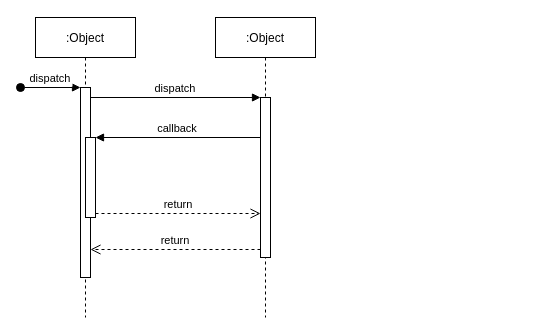
Above: recommend.drawio in DongYanqi1029/learngit (draw.io), before the change. Source tidied: cells renumbered, new cells numbered last; positions are measured from the earlier drawing's top-left corner, leaving out a move shared by most shapes. Both pictures are drawn from the tidied source at 100%, with x=0, y=0 at pixel (20, 17).
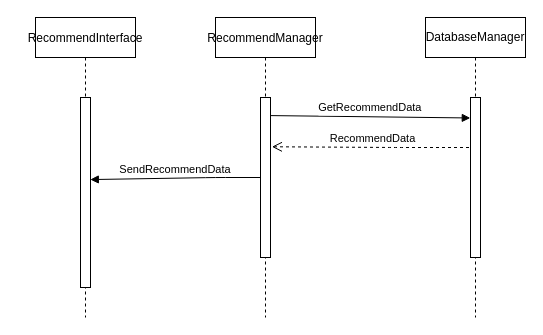
After the change.

What changed in the source:
```diff
@@
 <mxGraphModel>
   <root>
     <mxCell id="0" />
     <mxCell id="1" parent="0" />
-    <mxCell id="2" value=":Object" style="shape=umlLifeline;perimeter=lifelinePerimeter;rounded=0;shadow=0;strokeWidth=1;" parent="1" vertex="1">
+    <mxCell id="2" value="RecommendInterface" style="shape=umlLifeline;perimeter=lifelinePerimeter;rounded=0;shadow=0;strokeWidth=1;" parent="1" vertex="1">
       <mxGeometry x="15" width="100" height="300" as="geometry" />
     </mxCell>
     <mxCell id="3" style="points=[];perimeter=orthogonalPerimeter;rounded=0;shadow=0;strokeWidth=1;" parent="2" vertex="1">
-      <mxGeometry x="45" y="70" width="10" height="190" as="geometry" />
+      <mxGeometry x="45" y="80" width="10" height="190" as="geometry" />
     </mxCell>
-    <mxCell id="4" value="dispatch" style="verticalAlign=bottom;startArrow=oval;endArrow=block;startSize=8;shadow=0;strokeWidth=1;" parent="2" edge="1" target="3">
-      <mxGeometry relative="1" as="geometry">
-        <mxPoint x="-15" y="70" as="sourcePoint" />
-      </mxGeometry>
-    </mxCell>
-    <mxCell id="5" style="points=[];perimeter=orthogonalPerimeter;rounded=0;shadow=0;strokeWidth=1;" parent="2" vertex="1">
-      <mxGeometry x="50" y="120" width="10" height="80" as="geometry" />
-    </mxCell>
-    <mxCell id="6" value=":Object" style="shape=umlLifeline;perimeter=lifelinePerimeter;rounded=0;shadow=0;strokeWidth=1;" parent="1" vertex="1">
+    <mxCell id="6" value="RecommendManager" style="shape=umlLifeline;perimeter=lifelinePerimeter;rounded=0;shadow=0;strokeWidth=1;" parent="1" vertex="1">
       <mxGeometry x="195" width="100" height="300" as="geometry" />
     </mxCell>
     <mxCell id="7" style="points=[];perimeter=orthogonalPerimeter;rounded=0;shadow=0;strokeWidth=1;" parent="6" vertex="1">
       <mxGeometry x="45" y="80" width="10" height="160" as="geometry" />
     </mxCell>
-    <mxCell id="8" value="return" style="verticalAlign=bottom;endArrow=open;dashed=1;endSize=8;exitX=0;exitY=0.95;shadow=0;strokeWidth=1;" parent="1" edge="1" source="7" target="3">
-      <mxGeometry relative="1" as="geometry" />
+    <mxCell id="8" value="RecommendData" style="verticalAlign=bottom;endArrow=open;dashed=1;endSize=8;shadow=0;strokeWidth=1;entryX=1.14;entryY=0.308;entryDx=0;entryDy=0;entryPerimeter=0;" parent="1" edge="1" source="12" target="7">
+      <mxGeometry relative="1" as="geometry">
+        <Array as="points">
+          <mxPoint x="375" y="130" />
+        </Array>
+      </mxGeometry>
     </mxCell>
-    <mxCell id="9" value="dispatch" style="verticalAlign=bottom;endArrow=block;entryX=0;entryY=0;shadow=0;strokeWidth=1;" parent="1" edge="1" source="3" target="7">
+    <mxCell id="9" value="GetRecommendData" style="verticalAlign=bottom;endArrow=block;shadow=0;strokeWidth=1;exitX=0.98;exitY=0.113;exitDx=0;exitDy=0;exitPerimeter=0;entryX=-0.02;entryY=0.128;entryDx=0;entryDy=0;entryPerimeter=0;" parent="1" edge="1" source="7" target="13">
       <mxGeometry relative="1" as="geometry" />
     </mxCell>
-    <mxCell id="10" value="callback" style="verticalAlign=bottom;endArrow=block;entryX=1;entryY=0;shadow=0;strokeWidth=1;" parent="1" edge="1" source="7" target="5">
-      <mxGeometry relative="1" as="geometry" />
+    <mxCell id="10" value="SendRecommendData" style="verticalAlign=bottom;endArrow=block;shadow=0;strokeWidth=1;entryX=0.98;entryY=0.432;entryDx=0;entryDy=0;entryPerimeter=0;" parent="1" edge="1" source="7" target="3">
+      <mxGeometry relative="1" as="geometry">
+        <Array as="points">
+          <mxPoint x="195" y="160" />
+        </Array>
+      </mxGeometry>
     </mxCell>
-    <mxCell id="11" value="return" style="verticalAlign=bottom;endArrow=open;dashed=1;endSize=8;exitX=1;exitY=0.95;shadow=0;strokeWidth=1;" parent="1" edge="1" source="5" target="7">
-      <mxGeometry relative="1" as="geometry" />
-    </mxCell>
+    <mxCell id="12" value="DatabaseManager" style="shape=umlLifeline;perimeter=lifelinePerimeter;whiteSpace=wrap;html=1;outlineConnect=0;" parent="1" vertex="1">
+      <mxGeometry x="405" width="100" height="300" as="geometry" />
+    </mxCell>
+    <mxCell id="13" style="points=[];perimeter=orthogonalPerimeter;rounded=0;shadow=0;strokeWidth=1;" parent="1" vertex="1">
+      <mxGeometry x="450" y="80" width="10" height="160" as="geometry" />
+    </mxCell>
   </root>
 </mxGraphModel>
```
